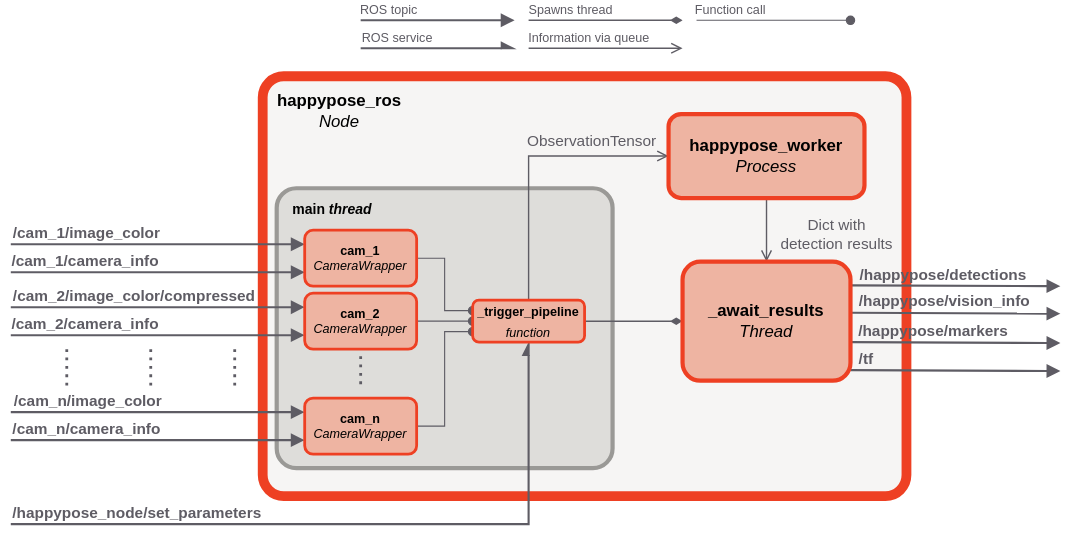
Above: resources/happypose_ros_diagram.drawio.svg in agimus-project/happypose_ros (draw.io), before the change. Source tidied: cells renumbered, new cells last; positions are measured from the earlier drawing's top-left corner, leaving out a move shared by most shapes.
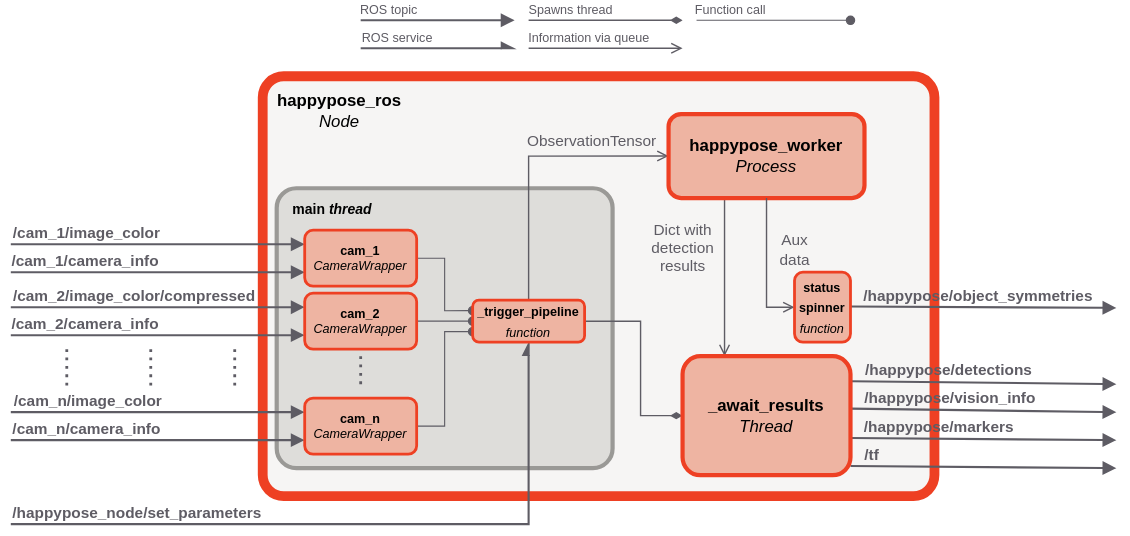
The same file after the commit.

Change to the diagram source:
```diff
@@ -3,7 +3,7 @@
     <mxCell id="0" />
     <mxCell id="1" parent="0" />
     <mxCell id="2" style="rounded=1;whiteSpace=wrap;html=1;arcSize=5;strokeWidth=7;strokeColor=#ee4023;fillColor=#f6f5f4;" parent="1" vertex="1">
-      <mxGeometry x="180" y="40" width="460" height="300" as="geometry" />
+      <mxGeometry x="180" y="40" width="480" height="300" as="geometry" />
     </mxCell>
     <mxCell id="3" style="rounded=1;whiteSpace=wrap;html=1;arcSize=7;strokeWidth=3;strokeColor=#9a9996;fillColor=#deddda;" parent="1" vertex="1">
       <mxGeometry x="190" y="120" width="240" height="200" as="geometry" />
@@ -30,24 +30,23 @@
       </mxGeometry>
     </mxCell>
     <mxCell id="8" style="edgeStyle=orthogonalEdgeStyle;rounded=0;jettySize=auto;html=1;exitX=1;exitY=0.5;exitDx=0;exitDy=0;entryX=0;entryY=0.5;entryDx=0;entryDy=0;endArrow=diamondThin;endFill=1;strokeColor=#5e5c64;" parent="1" edge="1" source="39" target="56">
-      <mxGeometry relative="1" as="geometry" />
+      <mxGeometry relative="1" as="geometry">
+        <Array as="points">
+          <mxPoint x="450" y="215" />
+          <mxPoint x="450" y="282" />
+        </Array>
+      </mxGeometry>
     </mxCell>
-    <mxCell id="9" style="edgeStyle=orthogonalEdgeStyle;rounded=0;jettySize=auto;html=1;exitX=0.5;exitY=1;exitDx=0;exitDy=0;entryX=0.5;entryY=0;entryDx=0;entryDy=0;endArrow=open;endFill=0;strokeColor=#5e5c64;" parent="1" edge="1" source="12" target="56">
+    <mxCell id="9" style="edgeStyle=orthogonalEdgeStyle;rounded=0;jettySize=auto;html=1;exitX=0.25;exitY=1;exitDx=0;exitDy=0;entryX=0.25;entryY=0;entryDx=0;entryDy=0;endArrow=open;endFill=0;strokeColor=#5e5c64;" parent="1" edge="1" source="12" target="56">
       <mxGeometry relative="1" as="geometry">
         <Array as="points">
-          <mxPoint x="540" y="170" />
-          <mxPoint x="540" y="170" />
+          <mxPoint x="510" y="127" />
         </Array>
       </mxGeometry>
     </mxCell>
-    <mxCell id="10" value="Dict&lt;br&gt;with results" style="edgeLabel;html=1;align=center;verticalAlign=middle;" parent="9" vertex="1">
-      <mxGeometry x="0.16" relative="1" as="geometry">
-        <mxPoint x="20" y="44" as="offset" />
-      </mxGeometry>
-    </mxCell>
-    <mxCell id="11" value="&lt;div&gt;Dict with&lt;br&gt;detection results&lt;br&gt;&lt;/div&gt;" style="edgeLabel;html=1;align=center;verticalAlign=middle;fontColor=#5e5c64;labelBackgroundColor=none;" parent="9" vertex="1">
+    <mxCell id="11" value="&lt;div&gt;Dict with&lt;br&gt;detection&lt;/div&gt;&lt;div&gt;results&lt;br&gt;&lt;/div&gt;" style="edgeLabel;html=1;align=center;verticalAlign=middle;fontColor=#5e5c64;labelBackgroundColor=none;" parent="9" vertex="1">
       <mxGeometry x="0.12" relative="1" as="geometry">
-        <mxPoint x="50" as="offset" />
+        <mxPoint x="-30" y="-26" as="offset" />
       </mxGeometry>
     </mxCell>
     <mxCell id="12" value="&lt;b&gt;happypose_worker&lt;br&gt;&lt;/b&gt;&lt;i&gt;Process&lt;/i&gt;" style="rounded=1;whiteSpace=wrap;html=1;fillColor=#EEB4A2;strokeColor=#EE4023;strokeWidth=3;" parent="1" vertex="1">
@@ -159,8 +158,8 @@
     </mxCell>
     <mxCell id="35" style="endArrow=block;html=1;rounded=0;endFill=1;strokeWidth=1.5;strokeColor=#5e5c64;" parent="1" edge="1">
       <mxGeometry relative="1" as="geometry">
-        <mxPoint x="600" y="189.4" as="sourcePoint" />
-        <mxPoint x="750" y="190" as="targetPoint" />
+        <mxPoint x="600" y="257.9" as="sourcePoint" />
+        <mxPoint x="790" y="260" as="targetPoint" />
       </mxGeometry>
     </mxCell>
     <mxCell id="36" value="&lt;div&gt;/happypose/detections&lt;br&gt;&lt;/div&gt;" style="edgeLabel;html=1;align=center;verticalAlign=middle;fontColor=#5e5c64;labelBackgroundColor=none;fontStyle=1;" parent="35" vertex="1">
@@ -182,8 +181,8 @@
     </mxCell>
     <mxCell id="40" style="endArrow=block;html=1;rounded=0;endFill=1;strokeWidth=1.5;strokeColor=#5e5c64;" parent="1" edge="1">
       <mxGeometry relative="1" as="geometry">
-        <mxPoint x="600" y="209" as="sourcePoint" />
-        <mxPoint x="750" y="209.6" as="targetPoint" />
+        <mxPoint x="600" y="277.5" as="sourcePoint" />
+        <mxPoint x="790" y="280" as="targetPoint" />
       </mxGeometry>
     </mxCell>
     <mxCell id="41" value="&lt;div&gt;/happypose/vision_info&lt;br&gt;&lt;/div&gt;" style="edgeLabel;html=1;align=center;verticalAlign=middle;fontColor=#5e5c64;labelBackgroundColor=none;fontStyle=1;" parent="40" vertex="1">
@@ -193,8 +192,8 @@
     </mxCell>
     <mxCell id="42" style="endArrow=block;html=1;rounded=0;endFill=1;strokeWidth=1.5;strokeColor=#5e5c64;" parent="1" edge="1">
       <mxGeometry relative="1" as="geometry">
-        <mxPoint x="600" y="230" as="sourcePoint" />
-        <mxPoint x="750" y="230.6" as="targetPoint" />
+        <mxPoint x="600" y="298.5" as="sourcePoint" />
+        <mxPoint x="790" y="300" as="targetPoint" />
       </mxGeometry>
     </mxCell>
     <mxCell id="43" value="&lt;div&gt;/happypose/markers&lt;br&gt;&lt;/div&gt;" style="edgeLabel;html=1;align=center;verticalAlign=middle;fontColor=#5e5c64;labelBackgroundColor=none;fontStyle=1;" parent="42" vertex="1">
@@ -204,8 +203,8 @@
     </mxCell>
     <mxCell id="44" style="endArrow=block;html=1;rounded=0;endFill=1;strokeWidth=1.5;strokeColor=#5e5c64;" parent="1" edge="1">
       <mxGeometry relative="1" as="geometry">
-        <mxPoint x="600" y="250" as="sourcePoint" />
-        <mxPoint x="750" y="250.6" as="targetPoint" />
+        <mxPoint x="600" y="318.5" as="sourcePoint" />
+        <mxPoint x="790" y="320" as="targetPoint" />
       </mxGeometry>
     </mxCell>
     <mxCell id="45" value="&lt;div&gt;/tf&lt;br&gt;&lt;/div&gt;" style="edgeLabel;html=1;align=center;verticalAlign=middle;fontColor=#5e5c64;labelBackgroundColor=none;fontStyle=1;" parent="44" vertex="1">
@@ -269,7 +268,33 @@
       </mxGeometry>
     </mxCell>
     <mxCell id="56" value="&lt;b&gt;_await_results&lt;br&gt;&lt;/b&gt;&lt;i&gt;Thread&lt;/i&gt;" style="rounded=1;whiteSpace=wrap;html=1;fillColor=#EEB4A2;strokeColor=#ee4023;strokeWidth=3;" parent="1" vertex="1">
-      <mxGeometry x="480" y="172.5" width="120" height="85" as="geometry" />
+      <mxGeometry x="480" y="240" width="120" height="85" as="geometry" />
     </mxCell>
+    <mxCell id="57" style="edgeStyle=orthogonalEdgeStyle;rounded=0;jettySize=auto;html=1;exitX=0.5;exitY=1;exitDx=0;exitDy=0;endArrow=open;endFill=0;strokeColor=#5e5c64;entryX=0;entryY=0.5;entryDx=0;entryDy=0;" parent="1" edge="1" source="12" target="61">
+      <mxGeometry relative="1" as="geometry">
+        <Array as="points">
+          <mxPoint x="540" y="205" />
+        </Array>
+      </mxGeometry>
+    </mxCell>
+    <mxCell id="58" value="&lt;div&gt;Aux&lt;/div&gt;&lt;div&gt;data&lt;br&gt;&lt;/div&gt;" style="edgeLabel;html=1;align=center;verticalAlign=middle;fontColor=#5e5c64;labelBackgroundColor=none;" parent="57" vertex="1">
+      <mxGeometry x="0.12" relative="1" as="geometry">
+        <mxPoint x="20" y="-19" as="offset" />
+      </mxGeometry>
+    </mxCell>
+    <mxCell id="59" style="endArrow=block;html=1;rounded=0;endFill=1;strokeWidth=1.5;strokeColor=#5e5c64;" parent="1" edge="1">
+      <mxGeometry relative="1" as="geometry">
+        <mxPoint x="600" y="204.5" as="sourcePoint" />
+        <mxPoint x="790" y="205.5" as="targetPoint" />
+      </mxGeometry>
+    </mxCell>
+    <mxCell id="60" value="&lt;div&gt;/happypose/object_symmetries&lt;br&gt;&lt;/div&gt;" style="edgeLabel;html=1;align=center;verticalAlign=middle;fontColor=#5e5c64;labelBackgroundColor=none;fontStyle=1;" parent="59" vertex="1">
+      <mxGeometry x="-0.82" relative="1" as="geometry">
+        <mxPoint x="73" y="-8" as="offset" />
+      </mxGeometry>
+    </mxCell>
+    <mxCell id="61" value="&lt;div&gt;&lt;font style=&quot;font-size: 9px;&quot;&gt;status spinner&lt;br&gt;&lt;i&gt;&lt;span style=&quot;font-weight: normal;&quot;&gt;function&lt;/span&gt;&lt;br&gt;&lt;/i&gt;&lt;/font&gt;&lt;/div&gt;" style="rounded=1;whiteSpace=wrap;html=1;fillColor=#EEB4A2;strokeColor=#ee4023;strokeWidth=2;fontStyle=1;" parent="1" vertex="1">
+      <mxGeometry x="560" y="180" width="40" height="50" as="geometry" />
+    </mxCell>
   </root>
 </mxGraphModel>
```
